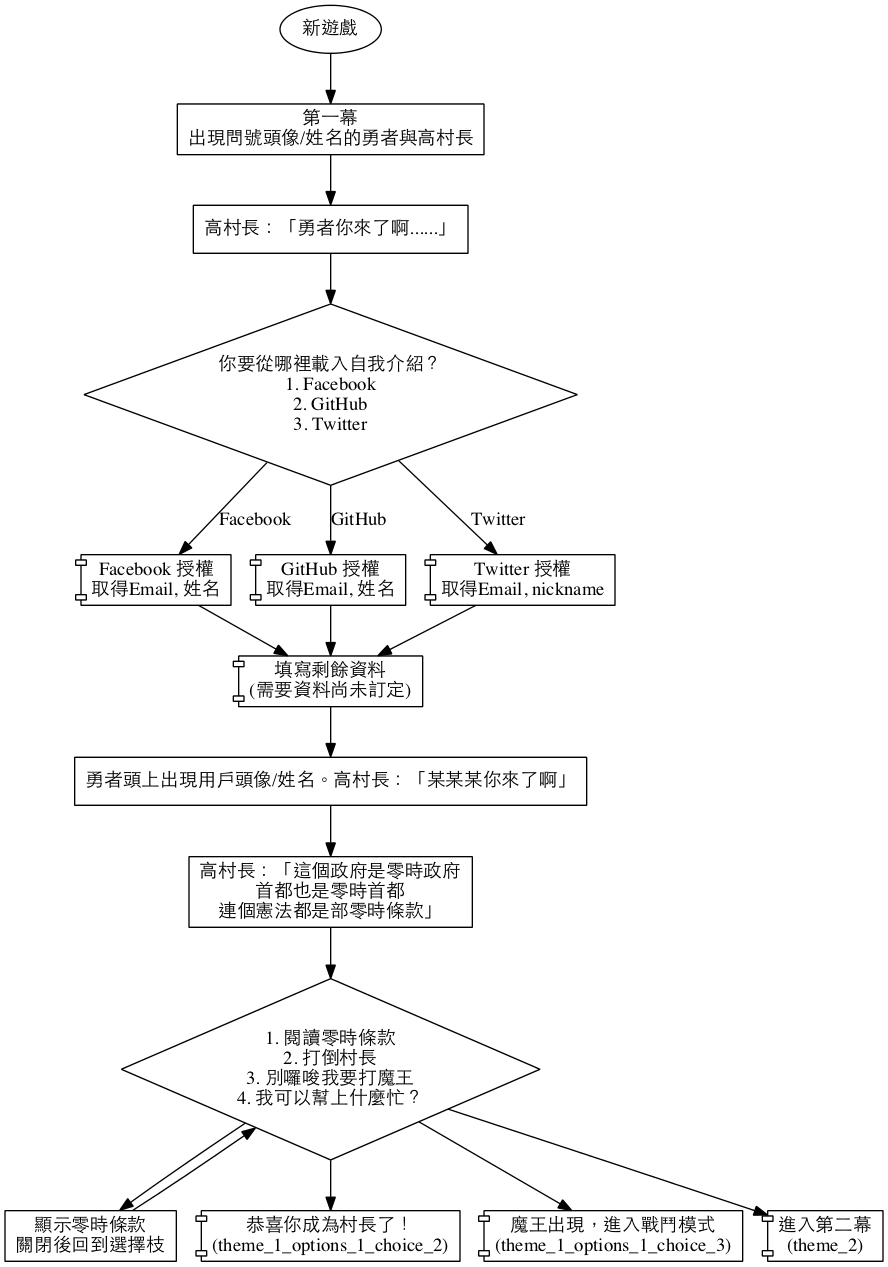
Earlier version of the Graphviz export storyboards/new_game.dot.png (g0v/g0village). Its source is kept beside it as storyboards/new_game.dot.
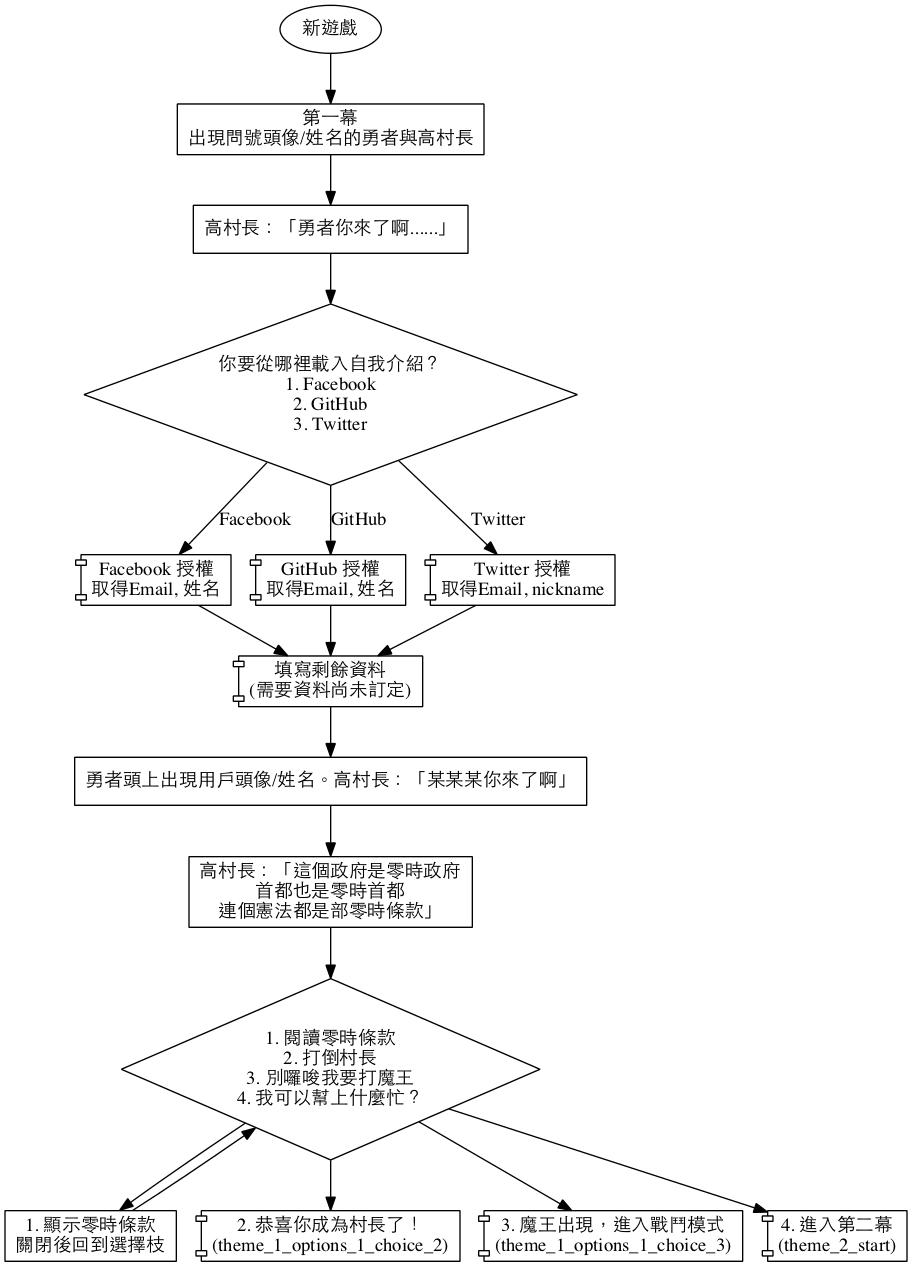
The same file after the commit.

Diff of the diagram source:
```diff
@@ -34,11 +34,11 @@
   theme_1_options_1 -> theme_1_options_1_choice_1
   theme_1_options_1 -> theme_1_options_1_choice_2
   theme_1_options_1 -> theme_1_options_1_choice_3
-  theme_1_options_1 -> theme_2
+  theme_1_options_1 -> theme_2_start
 
-  theme_1_options_1_choice_1 [shape=box, label="顯示零時條款\n關閉後回到選擇枝"]
+  theme_1_options_1_choice_1 [shape=box, label="1. 顯示零時條款\n關閉後回到選擇枝"]
   theme_1_options_1_choice_1 -> theme_1_options_1
-  theme_1_options_1_choice_2 [shape=component, label="恭喜你成為村長了！\n(theme_1_options_1_choice_2)"]
-  theme_1_options_1_choice_3 [shape=component, label="魔王出現，進入戰鬥模式\n(theme_1_options_1_choice_3)"]
-  theme_2 [shape=component, label="進入第二幕\n(theme_2)"]
+  theme_1_options_1_choice_2 [shape=component, label="2. 恭喜你成為村長了！\n(theme_1_options_1_choice_2)"]
+  theme_1_options_1_choice_3 [shape=component, label="3. 魔王出現，進入戰鬥模式\n(theme_1_options_1_choice_3)"]
+  theme_2_start [shape=component, label="4. 進入第二幕\n(theme_2_start)"]
 }
```
